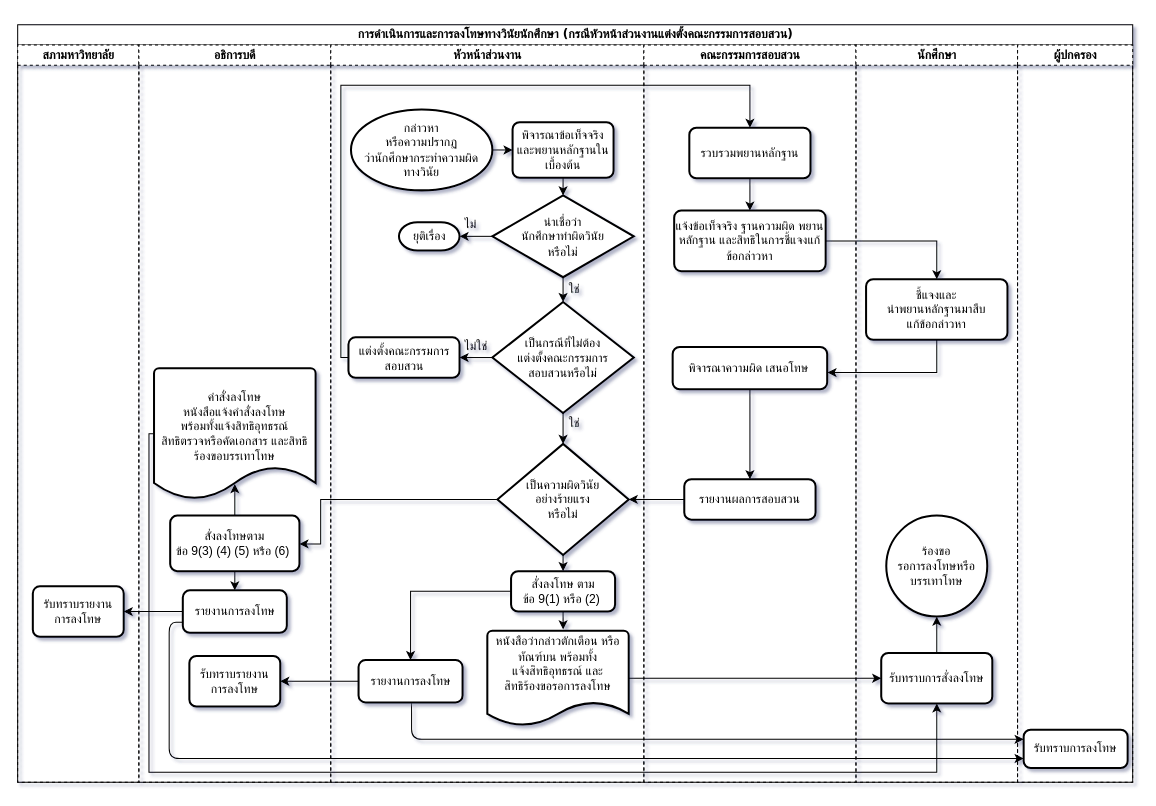
Earlier version of the draw.io diagram flow_vinai_faculty.drawio (ninjacharlee/test). Source tidied: cells renumbered, new cells numbered last; positions are measured from the earlier drawing's top-left corner, leaving out a move shared by most shapes. Both pictures are drawn from the tidied source at 101%, with x=0, y=0 at pixel (17, 24).
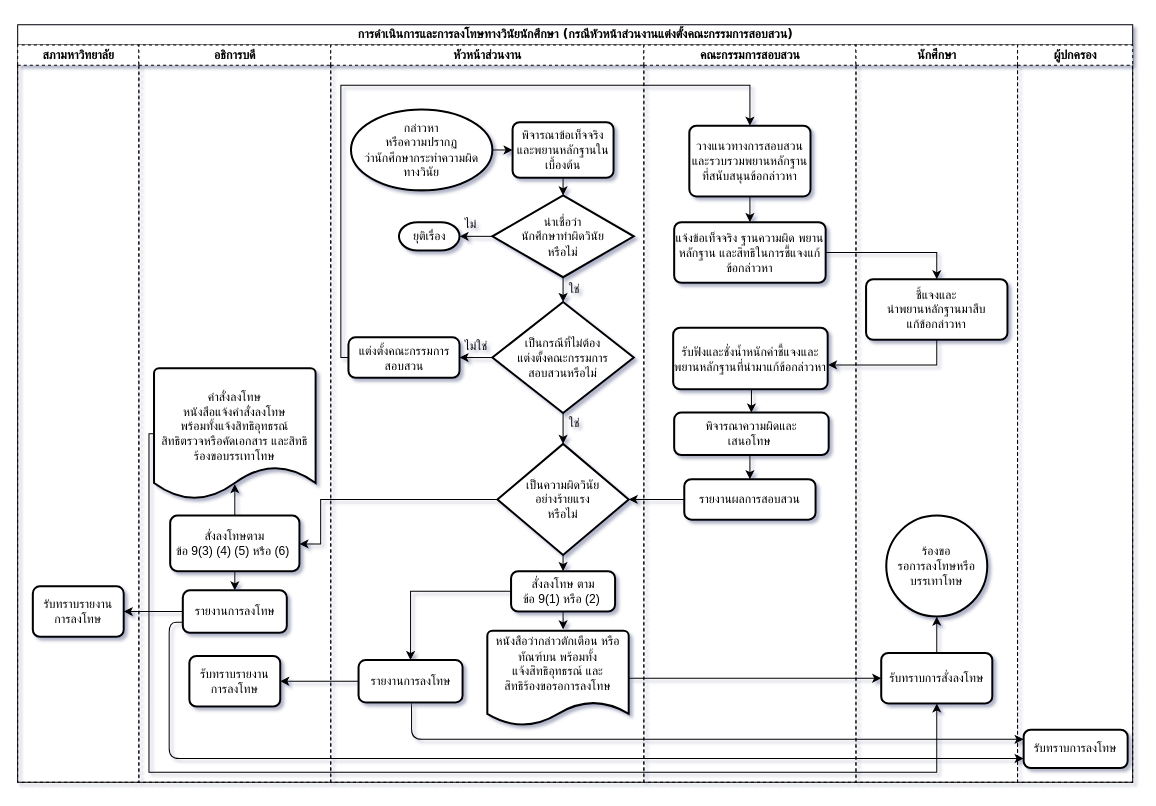
After the change.

The change refers to these unchanged cells:
```xml
<mxCell id="36" value="คณะกรรมการสอบสวน" style="swimlane;html=1;startSize=20;dashed=1;" parent="2" vertex="1">
  <mxGeometry x="620" y="20" width="210" height="730" as="geometry" />
</mxCell>
<mxCell id="42" value="รายงานผลการสอบสวน" style="rounded=1;whiteSpace=wrap;html=1;absoluteArcSize=1;arcSize=14;strokeWidth=2;" parent="36" vertex="1">
  <mxGeometry x="40" y="430" width="130" height="40" as="geometry" />
</mxCell>
```

Change to the diagram source:
```diff
@@
-    <mxCell id="38" value="รวบรวมพยานหลักฐาน" style="rounded=1;whiteSpace=wrap;html=1;absoluteArcSize=1;arcSize=14;strokeWidth=2;" parent="36" vertex="1">
-      <mxGeometry x="45" y="82" width="120" height="50" as="geometry" />
+    <mxCell id="38" value="วางแนวทางการสอบสวนและรวบรวมพยานหลักฐานที่สนับสนุนข้อกล่าวหา" style="rounded=1;whiteSpace=wrap;html=1;absoluteArcSize=1;arcSize=14;strokeWidth=2;" parent="36" vertex="1">
+      <mxGeometry x="45" y="80" width="120" height="70" as="geometry" />
     </mxCell>
     <mxCell id="39" value="แจ้งข้อเท็จจริง ฐานความผิด พยานหลักฐาน และสิทธิในการชี้แจงแก้ข้อกล่าวหา" style="rounded=1;whiteSpace=wrap;html=1;absoluteArcSize=1;arcSize=14;strokeWidth=2;" parent="36" vertex="1">
-      <mxGeometry x="30" y="164" width="150" height="60" as="geometry" />
+      <mxGeometry x="30" y="175.5" width="150" height="60" as="geometry" />
     </mxCell>
-    <mxCell id="40" style="edgeStyle=orthogonalEdgeStyle;rounded=0;jettySize=auto;html=1;entryX=0.5;entryY=0;entryDx=0;entryDy=0;" parent="36" edge="1" source="41" target="42">
-      <mxGeometry relative="1" as="geometry" />
-    </mxCell>
+    <mxCell id="61" style="edgeStyle=orthogonalEdgeStyle;rounded=0;jettySize=auto;html=1;exitX=0.5;exitY=1;exitDx=0;exitDy=0;entryX=0.5;entryY=0;entryDx=0;entryDy=0;" parent="36" edge="1" source="41" target="63">
+      <mxGeometry relative="1" as="geometry" />
+    </mxCell>
-    <mxCell id="41" value="พิจารณาความผิด เสนอโทษ&amp;nbsp;" style="rounded=1;whiteSpace=wrap;html=1;absoluteArcSize=1;arcSize=14;strokeWidth=2;" parent="36" vertex="1">
-      <mxGeometry x="28.5" y="299" width="153" height="42" as="geometry" />
+    <mxCell id="41" value="รับฟังและชั่งน้ำหนักคำชี้แจงและพยานหลักฐานที่นำมาแก้ข้อกล่าวหา" style="rounded=1;whiteSpace=wrap;html=1;absoluteArcSize=1;arcSize=14;strokeWidth=2;" parent="36" vertex="1">
+      <mxGeometry x="29" y="280" width="153" height="61" as="geometry" />
     </mxCell>
@@
+    <mxCell id="62" style="edgeStyle=orthogonalEdgeStyle;rounded=0;jettySize=auto;html=1;exitX=0.5;exitY=1;exitDx=0;exitDy=0;entryX=0.5;entryY=0;entryDx=0;entryDy=0;" parent="36" edge="1" source="63" target="42">
+      <mxGeometry relative="1" as="geometry" />
+    </mxCell>
+    <mxCell id="63" value="พิจารณาความผิดและ&lt;br&gt;เสนอโทษ&amp;nbsp;" style="rounded=1;whiteSpace=wrap;html=1;absoluteArcSize=1;arcSize=14;strokeWidth=2;" parent="36" vertex="1">
+      <mxGeometry x="30" y="364" width="153" height="42" as="geometry" />
+    </mxCell>
```
